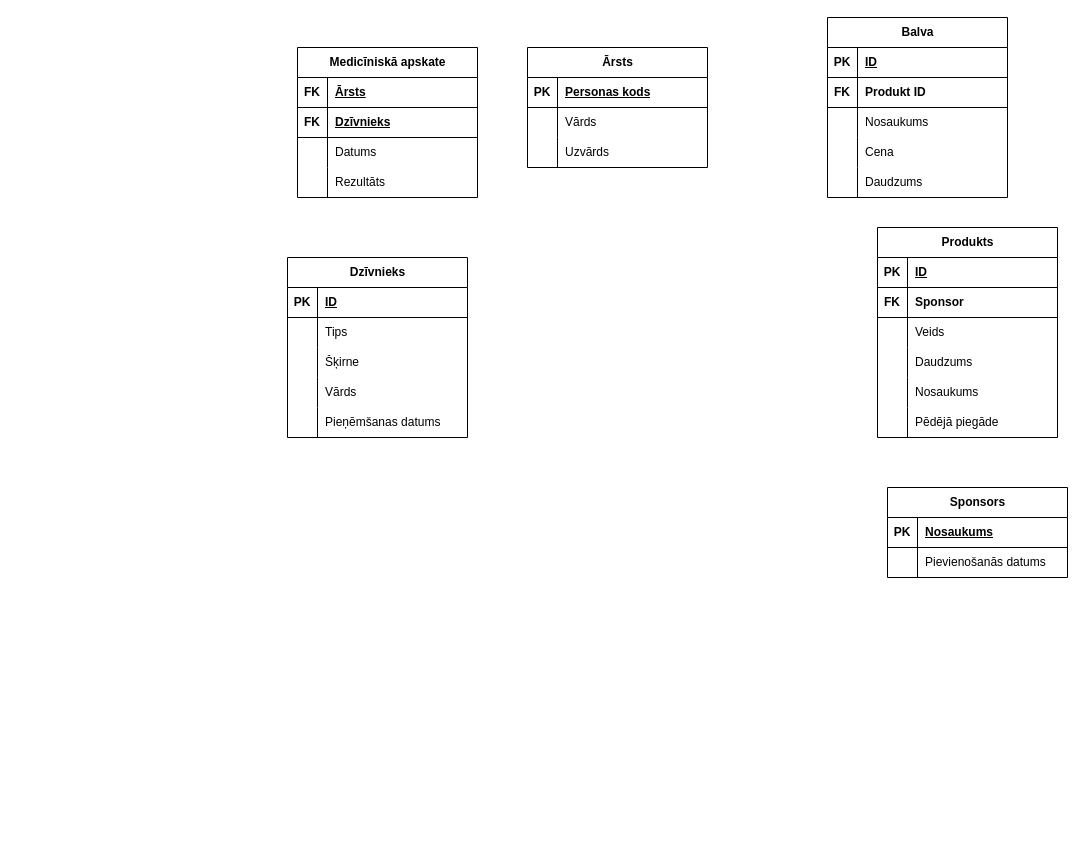
Boris-Zalov/richat keeps this draw.io diagram as Animal shelter.drawio. Above is the earlier version. Source tidied: cells renumbered, new cells numbered last; positions are measured from the earlier drawing's top-left corner, leaving out a move shared by most shapes. Both pictures are drawn from the tidied source at 100%, with x=0, y=0 at pixel (287, 17).
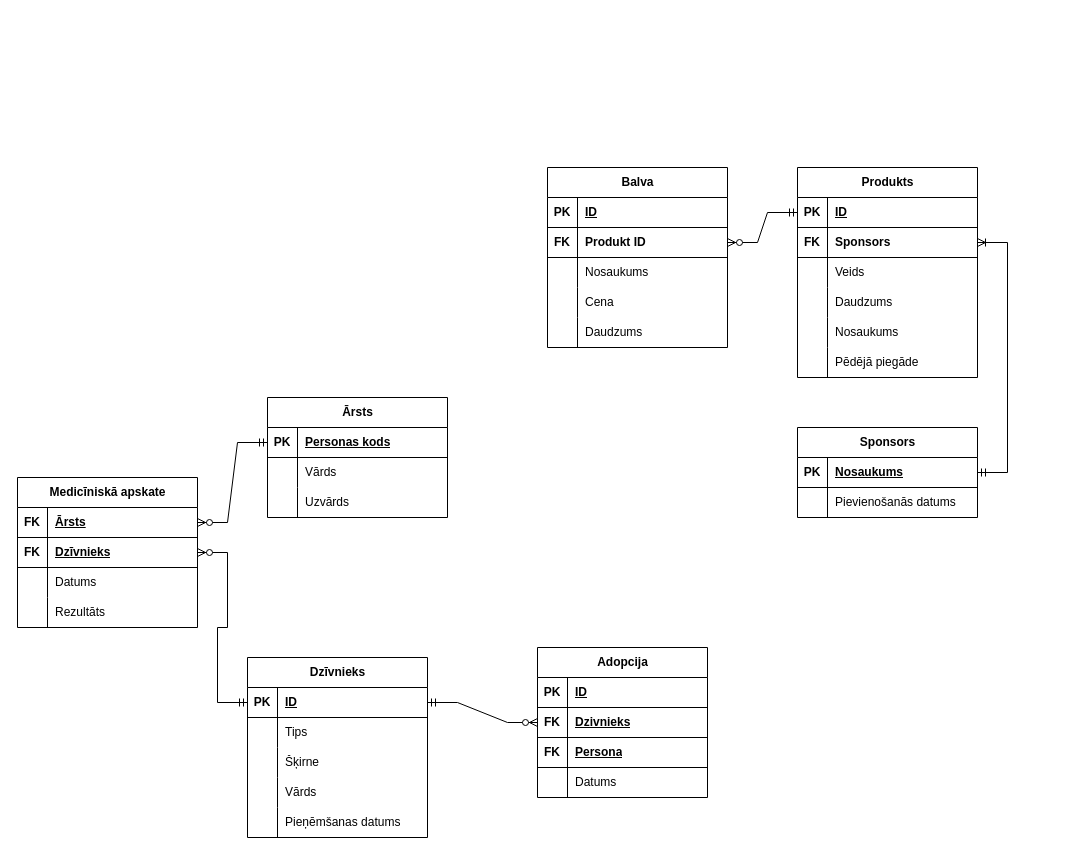
The same diagram, later.

Unchanged cells that the change refers to:
```xml
<mxCell id="10" style="shape=tableRow;horizontal=0;startSize=0;swimlaneHead=0;swimlaneBody=0;fillColor=none;points=[[0,0.5],[1,0.5]];portConstraint=eastwest;top=0;left=0;right=0;bottom=1;" parent="9" vertex="1">
  <mxGeometry y="30" width="180" height="30" as="geometry" />
</mxCell>
<mxCell id="13" style="shape=tableRow;horizontal=0;startSize=0;swimlaneHead=0;swimlaneBody=0;fillColor=none;points=[[0,0.5],[1,0.5]];portConstraint=eastwest;top=0;left=0;right=0;bottom=1;" parent="9" vertex="1">
  <mxGeometry y="60" width="180" height="30" as="geometry" />
</mxCell>
<mxCell id="32" style="shape=tableRow;horizontal=0;startSize=0;swimlaneHead=0;swimlaneBody=0;fillColor=none;points=[[0,0.5],[1,0.5]];portConstraint=eastwest;top=0;left=0;right=0;bottom=1;" parent="28" vertex="1">
  <mxGeometry y="60" width="180" height="30" as="geometry" />
</mxCell>
<mxCell id="45" style="shape=tableRow;horizontal=0;startSize=0;swimlaneHead=0;swimlaneBody=0;fillColor=none;points=[[0,0.5],[1,0.5]];portConstraint=eastwest;top=0;left=0;right=0;bottom=1;" parent="44" vertex="1">
  <mxGeometry y="30" width="180" height="30" as="geometry" />
</mxCell>
<mxCell id="55" style="shape=tableRow;horizontal=0;startSize=0;swimlaneHead=0;swimlaneBody=0;fillColor=none;points=[[0,0.5],[1,0.5]];portConstraint=eastwest;top=0;left=0;right=0;bottom=1;" parent="54" vertex="1">
  <mxGeometry y="30" width="180" height="30" as="geometry" />
</mxCell>
<mxCell id="58" style="shape=tableRow;horizontal=0;startSize=0;swimlaneHead=0;swimlaneBody=0;fillColor=none;points=[[0,0.5],[1,0.5]];portConstraint=eastwest;top=0;left=0;right=0;bottom=1;" parent="54" vertex="1">
  <mxGeometry y="60" width="180" height="30" as="geometry" />
</mxCell>
<mxCell id="68" style="shape=tableRow;horizontal=0;startSize=0;swimlaneHead=0;swimlaneBody=0;fillColor=none;points=[[0,0.5],[1,0.5]];portConstraint=eastwest;top=0;left=0;right=0;bottom=1;" parent="67" vertex="1">
  <mxGeometry y="30" width="180" height="30" as="geometry" />
</mxCell>
```

What changed in the source:
```diff
@@
     <mxCell id="2" value="Sponsors" style="shape=table;startSize=30;childLayout=tableLayout;rowLines=0;fontStyle=1;align=center;html=1;" parent="1" vertex="1">
-      <mxGeometry x="600" y="470" width="180" height="90" as="geometry" />
+      <mxGeometry x="510" y="410" width="180" height="90" as="geometry" />
     </mxCell>
@@
     <mxCell id="9" value="Produkts" style="shape=table;startSize=30;childLayout=tableLayout;rowLines=0;fontStyle=1;align=center;html=1;" parent="1" vertex="1">
-      <mxGeometry x="590" y="210" width="180" height="210" as="geometry" />
+      <mxGeometry x="510" y="150" width="180" height="210" as="geometry" />
     </mxCell>
@@
-    <mxCell id="15" value="Sponsor" style="shape=partialRectangle;fillColor=none;top=0;left=0;bottom=0;right=0;align=left;spacingLeft=6;fontStyle=1;overflow=hidden;whiteSpace=wrap;html=1;" parent="13" vertex="1">
+    <mxCell id="15" value="Sponsors" style="shape=partialRectangle;fillColor=none;top=0;left=0;bottom=0;right=0;align=left;spacingLeft=6;fontStyle=1;overflow=hidden;whiteSpace=wrap;html=1;" parent="13" vertex="1">
       <mxGeometry x="30" width="150" height="30" as="geometry" />
     </mxCell>
@@
     <mxCell id="28" value="Balva" style="shape=table;startSize=30;childLayout=tableLayout;rowLines=0;fontStyle=1;align=center;html=1;" parent="1" vertex="1">
-      <mxGeometry x="540" width="180" height="180" as="geometry" />
+      <mxGeometry x="260" y="150" width="180" height="180" as="geometry" />
     </mxCell>
@@
     <mxCell id="44" value="&lt;div&gt;Ārsts&lt;/div&gt;" style="shape=table;startSize=30;childLayout=tableLayout;rowLines=0;fontStyle=1;align=center;html=1;" parent="1" vertex="1">
-      <mxGeometry x="240" y="30" width="180" height="120" as="geometry" />
+      <mxGeometry x="-20" y="380" width="180" height="120" as="geometry" />
     </mxCell>
@@
     <mxCell id="54" value="Medicīniskā apskate" style="shape=table;startSize=30;childLayout=tableLayout;rowLines=0;fontStyle=1;align=center;html=1;" parent="1" vertex="1">
-      <mxGeometry x="10" y="30" width="180" height="150" as="geometry" />
+      <mxGeometry x="-270" y="460" width="180" height="150" as="geometry" />
     </mxCell>
@@
     <mxCell id="67" value="Dzīvnieks" style="shape=table;startSize=30;childLayout=tableLayout;rowLines=0;fontStyle=1;align=center;html=1;" parent="1" vertex="1">
-      <mxGeometry y="240" width="180" height="180" as="geometry" />
+      <mxGeometry x="-40" y="640" width="180" height="180" as="geometry" />
     </mxCell>
@@
+    <mxCell id="83" value="Adopcija" style="shape=table;startSize=30;childLayout=tableLayout;rowLines=0;fontStyle=1;align=center;html=1;" parent="1" vertex="1">
+      <mxGeometry x="250" y="630" width="170" height="150" as="geometry" />
+    </mxCell>
+    <mxCell id="84" style="shape=tableRow;horizontal=0;startSize=0;swimlaneHead=0;swimlaneBody=0;fillColor=none;top=0;left=0;right=0;bottom=1;" parent="83" vertex="1">
+      <mxGeometry y="30" width="170" height="30" as="geometry" />
+    </mxCell>
+    <mxCell id="85" value="PK" style="shape=partialRectangle;fillColor=none;top=0;left=0;bottom=0;right=0;fontStyle=1;overflow=hidden;whiteSpace=wrap;html=1;" parent="84" vertex="1">
+      <mxGeometry width="30" height="30" as="geometry" />
+    </mxCell>
+    <mxCell id="86" value="ID" style="shape=partialRectangle;fillColor=none;top=0;left=0;bottom=0;right=0;align=left;spacingLeft=6;fontStyle=5;overflow=hidden;whiteSpace=wrap;html=1;" parent="84" vertex="1">
+      <mxGeometry x="30" width="140" height="30" as="geometry" />
+    </mxCell>
+    <mxCell id="87" style="shape=tableRow;horizontal=0;startSize=0;swimlaneHead=0;swimlaneBody=0;fillColor=none;points=[[0,0.5],[1,0.5]];portConstraint=eastwest;top=0;left=0;right=0;bottom=1;" parent="83" vertex="1">
+      <mxGeometry y="60" width="170" height="30" as="geometry" />
+    </mxCell>
+    <mxCell id="88" value="FK" style="shape=partialRectangle;fillColor=none;top=0;left=0;bottom=0;right=0;fontStyle=1;overflow=hidden;whiteSpace=wrap;html=1;" parent="87" vertex="1">
+      <mxGeometry width="30" height="30" as="geometry" />
+    </mxCell>
+    <mxCell id="89" value="Dzivnieks" style="shape=partialRectangle;fillColor=none;top=0;left=0;bottom=0;right=0;align=left;spacingLeft=6;fontStyle=5;overflow=hidden;whiteSpace=wrap;html=1;" parent="87" vertex="1">
+      <mxGeometry x="30" width="140" height="30" as="geometry" />
+    </mxCell>
+    <mxCell id="90" style="shape=tableRow;horizontal=0;startSize=0;swimlaneHead=0;swimlaneBody=0;fillColor=none;top=0;left=0;right=0;bottom=1;" parent="83" vertex="1">
+      <mxGeometry y="90" width="170" height="30" as="geometry" />
+    </mxCell>
+    <mxCell id="91" value="FK" style="shape=partialRectangle;fillColor=none;top=0;left=0;bottom=0;right=0;fontStyle=1;overflow=hidden;whiteSpace=wrap;html=1;" parent="90" vertex="1">
+      <mxGeometry width="30" height="30" as="geometry" />
+    </mxCell>
+    <mxCell id="92" value="Persona" style="shape=partialRectangle;fillColor=none;top=0;left=0;bottom=0;right=0;align=left;spacingLeft=6;fontStyle=5;overflow=hidden;whiteSpace=wrap;html=1;" parent="90" vertex="1">
+      <mxGeometry x="30" width="140" height="30" as="geometry" />
+    </mxCell>
+    <mxCell id="93" style="shape=tableRow;horizontal=0;startSize=0;swimlaneHead=0;swimlaneBody=0;fillColor=none;top=0;left=0;right=0;bottom=0;" parent="83" vertex="1">
+      <mxGeometry y="120" width="170" height="30" as="geometry" />
+    </mxCell>
+    <mxCell id="94" style="shape=partialRectangle;fillColor=none;top=0;left=0;bottom=0;right=0;overflow=hidden;whiteSpace=wrap;html=1;" parent="93" vertex="1">
+      <mxGeometry width="30" height="30" as="geometry" />
+    </mxCell>
+    <mxCell id="95" value="Datums" style="shape=partialRectangle;fillColor=none;top=0;left=0;bottom=0;right=0;align=left;spacingLeft=6;overflow=hidden;whiteSpace=wrap;html=1;" parent="93" vertex="1">
+      <mxGeometry x="30" width="140" height="30" as="geometry" />
+    </mxCell>
+    <mxCell id="96" style="edgeStyle=entityRelationEdgeStyle;fontSize=12;html=1;endArrow=ERzeroToMany;startArrow=ERmandOne;rounded=0;entryX=0;entryY=0.5;entryDx=0;entryDy=0;exitX=1;exitY=0.5;exitDx=0;exitDy=0;" parent="1" edge="1" source="68" target="87">
+      <mxGeometry relative="1" as="geometry" />
+    </mxCell>
+    <mxCell id="97" style="edgeStyle=entityRelationEdgeStyle;fontSize=12;html=1;endArrow=ERoneToMany;startArrow=ERmandOne;rounded=0;entryX=1;entryY=0.5;entryDx=0;entryDy=0;exitX=1;exitY=0.5;exitDx=0;exitDy=0;" parent="1" edge="1" source="2" target="13">
+      <mxGeometry relative="1" as="geometry" />
+    </mxCell>
+    <mxCell id="98" style="edgeStyle=entityRelationEdgeStyle;fontSize=12;html=1;endArrow=ERzeroToMany;startArrow=ERmandOne;rounded=0;exitX=0;exitY=0.5;exitDx=0;exitDy=0;entryX=1;entryY=0.5;entryDx=0;entryDy=0;" parent="1" edge="1" source="68" target="58">
+      <mxGeometry relative="1" as="geometry">
+        <Array as="points">
+          <mxPoint x="-230" y="630" />
+          <mxPoint x="-140" y="620" />
+          <mxPoint x="-60" y="520" />
+        </Array>
+      </mxGeometry>
+    </mxCell>
+    <mxCell id="99" style="edgeStyle=entityRelationEdgeStyle;fontSize=12;html=1;endArrow=ERzeroToMany;startArrow=ERmandOne;rounded=0;exitX=0;exitY=0.5;exitDx=0;exitDy=0;entryX=1;entryY=0.5;entryDx=0;entryDy=0;" parent="1" edge="1" source="45" target="55">
+      <mxGeometry relative="1" as="geometry">
+        <Array as="points">
+          <mxPoint x="-190" y="485" />
+          <mxPoint x="-100" y="475" />
+          <mxPoint x="-20" y="375" />
+        </Array>
+      </mxGeometry>
+    </mxCell>
+    <mxCell id="100" style="edgeStyle=entityRelationEdgeStyle;fontSize=12;html=1;endArrow=ERzeroToMany;startArrow=ERmandOne;rounded=0;exitX=0;exitY=0.5;exitDx=0;exitDy=0;entryX=1;entryY=0.5;entryDx=0;entryDy=0;" parent="1" edge="1" source="10" target="32">
+      <mxGeometry relative="1" as="geometry">
+        <Array as="points">
+          <mxPoint x="230" y="440" />
+          <mxPoint x="320" y="430" />
+          <mxPoint x="400" y="330" />
+        </Array>
+      </mxGeometry>
+    </mxCell>
```
